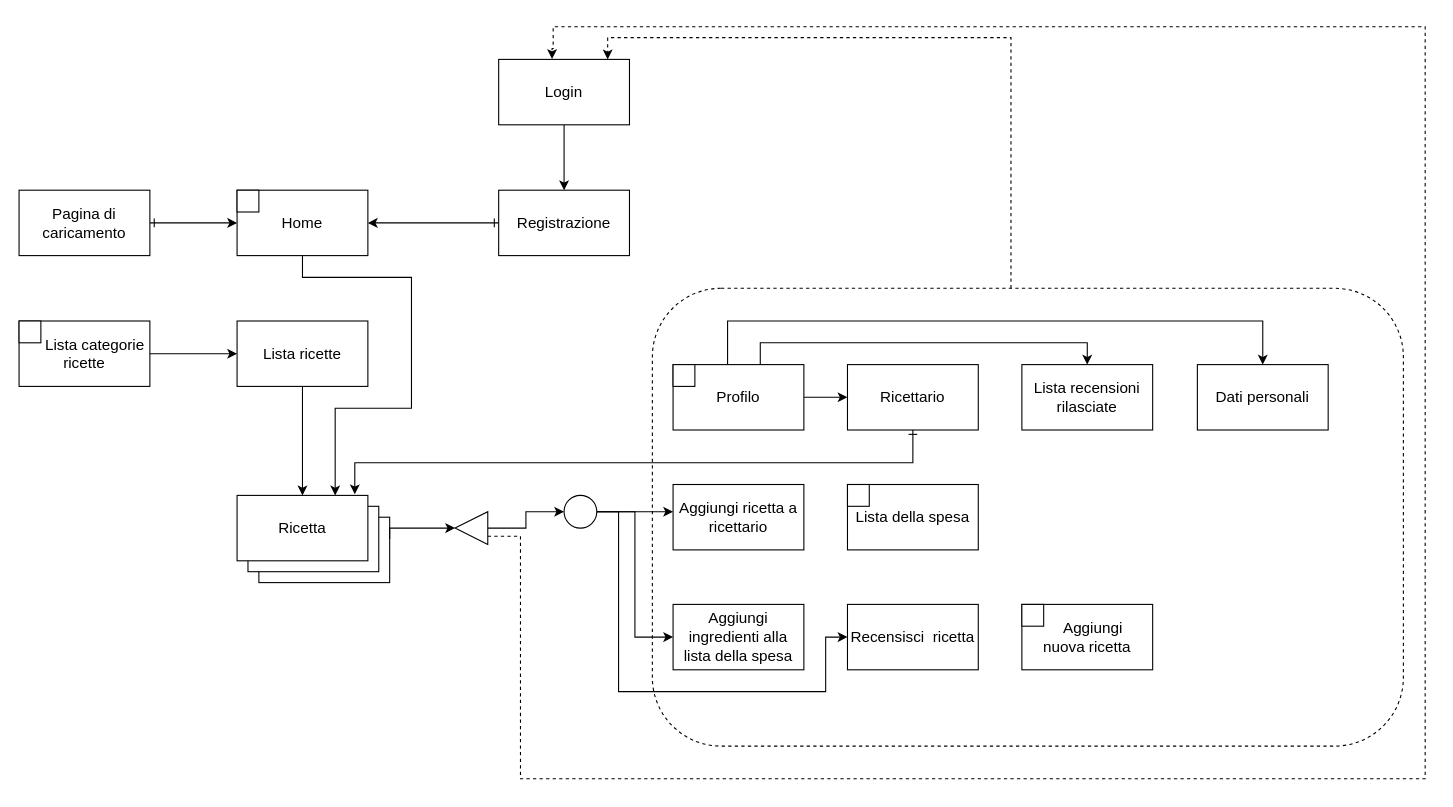
Before: Navigation/navigation.drawio in Gianlucadimarzio/Mobile, a draw.io diagram. Source tidied: cells renumbered, new cells numbered last; positions are measured from the earlier drawing's top-left corner, leaving out a move shared by most shapes. Both pictures are drawn from the tidied source at 109%, with x=0, y=0 at pixel (19, 26).
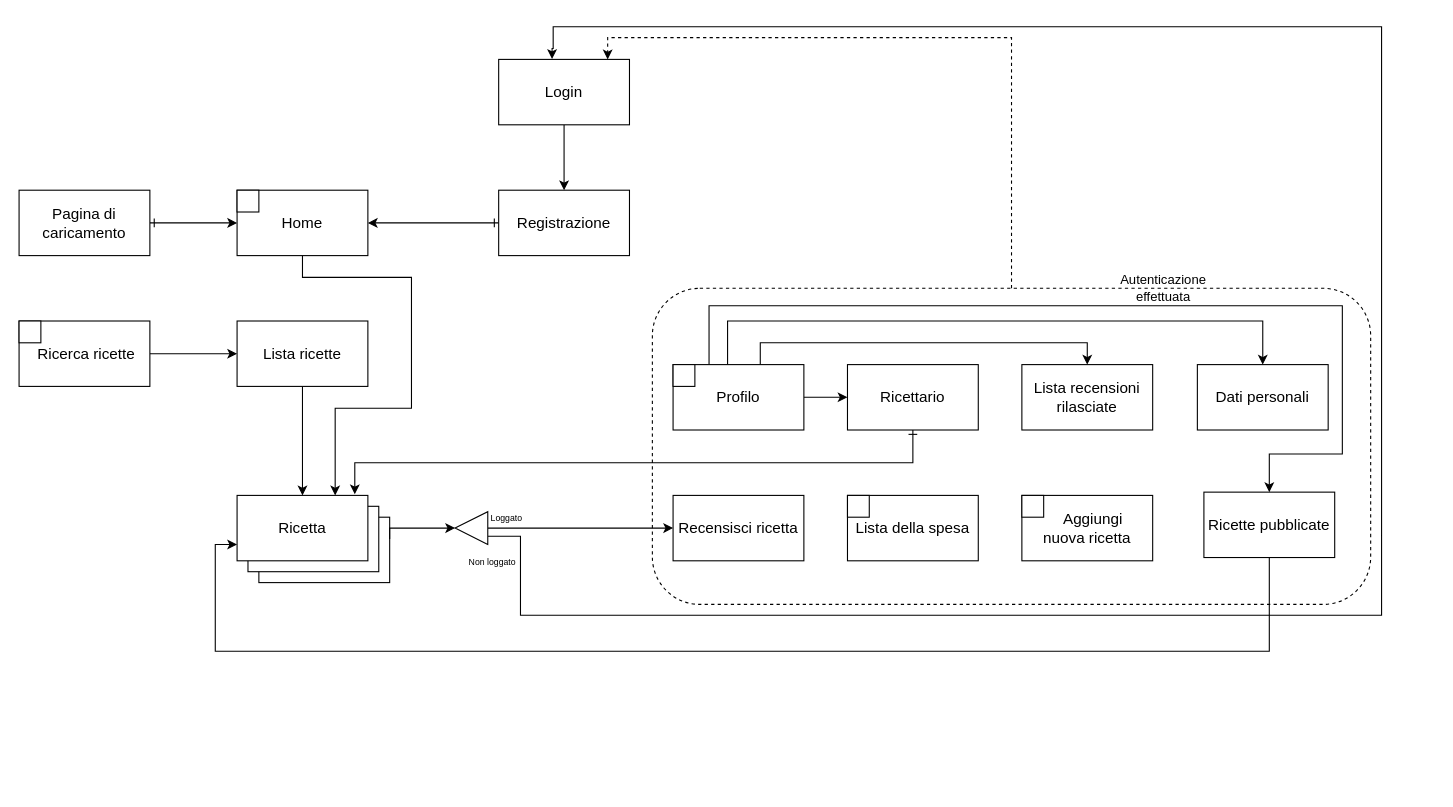
The same diagram, later.

The change refers to these unchanged cells:
```xml
<mxCell id="14" value="&lt;font style=&quot;font-size: 14px&quot;&gt;Ricetta&lt;/font&gt;" style="rounded=0;whiteSpace=wrap;html=1;" parent="1" vertex="1">
  <mxGeometry x="200" y="430" width="120" height="60" as="geometry" />
</mxCell>
<mxCell id="17" style="triangle;whiteSpace=wrap;html=1;rotation=-180;" parent="1" vertex="1">
  <mxGeometry x="400" y="445" width="30" height="30" as="geometry" />
</mxCell>
<mxCell id="21" value="&lt;font style=&quot;font-size: 14px&quot;&gt;Login&lt;/font&gt;" style="rounded=0;whiteSpace=wrap;html=1;" parent="1" vertex="1">
  <mxGeometry x="440" y="30" width="120" height="60" as="geometry" />
</mxCell>
<mxCell id="25" value="&lt;font style=&quot;font-size: 14px&quot;&gt;Profilo&lt;/font&gt;" style="rounded=0;whiteSpace=wrap;html=1;" parent="1" vertex="1">
  <mxGeometry x="600" y="310" width="120" height="60" as="geometry" />
</mxCell>
```

Diff of the diagram source:
```diff
@@
     <mxCell id="5" style="rounded=1;whiteSpace=wrap;html=1;fillColor=none;dashed=1;" parent="1" vertex="1">
-      <mxGeometry x="581" y="240" width="689" height="420" as="geometry" />
+      <mxGeometry x="581" y="240" width="659" height="290" as="geometry" />
     </mxCell>
@@
-    <mxCell id="11" value="&lt;font style=&quot;font-size: 14px&quot;&gt;&amp;nbsp; &amp;nbsp; &amp;nbsp;Lista categorie ricette&lt;/font&gt;" style="rounded=0;whiteSpace=wrap;html=1;" parent="1" vertex="1">
+    <mxCell id="11" value="&lt;font style=&quot;font-size: 14px&quot;&gt;&amp;nbsp;Ricerca ricette&lt;/font&gt;" style="rounded=0;whiteSpace=wrap;html=1;" parent="1" vertex="1">
       <mxGeometry y="270" width="120" height="60" as="geometry" />
     </mxCell>
@@
-    <mxCell id="15" style="edgeStyle=orthogonalEdgeStyle;rounded=0;jettySize=auto;html=1;entryX=0;entryY=0.5;entryDx=0;entryDy=0;startArrow=none;startFill=0;" parent="1" edge="1" source="17" target="39">
+    <mxCell id="15" style="edgeStyle=orthogonalEdgeStyle;rounded=0;jettySize=auto;html=1;entryX=0;entryY=0.5;entryDx=0;entryDy=0;startArrow=none;startFill=0;" parent="1" edge="1" source="17" target="29">
       <mxGeometry relative="1" as="geometry" />
     </mxCell>
-    <mxCell id="16" style="edgeStyle=orthogonalEdgeStyle;rounded=0;jettySize=auto;html=1;entryX=0.408;entryY=-0.006;entryDx=0;entryDy=0;startArrow=none;startFill=0;exitX=0;exitY=0.25;exitDx=0;exitDy=0;dashed=1;entryPerimeter=0;" parent="1" edge="1" source="17" target="21">
+    <mxCell id="16" style="edgeStyle=orthogonalEdgeStyle;rounded=0;jettySize=auto;html=1;entryX=0.408;entryY=-0.006;entryDx=0;entryDy=0;startArrow=none;startFill=0;exitX=0;exitY=0.25;exitDx=0;exitDy=0;entryPerimeter=0;" parent="1" edge="1" source="17" target="21">
       <mxGeometry relative="1" as="geometry">
         <Array as="points">
           <mxPoint x="460" y="468" />
-          <mxPoint x="460" y="690" />
-          <mxPoint x="1290" y="690" />
-          <mxPoint x="1290" />
+          <mxPoint x="460" y="540" />
+          <mxPoint x="1250" y="540" />
+          <mxPoint x="1250" />
           <mxPoint x="490" />
           <mxPoint x="490" y="20" />
           <mxPoint x="489" y="20" />
         </Array>
       </mxGeometry>
     </mxCell>
@@
+    <mxCell id="45" style="edgeStyle=orthogonalEdgeStyle;rounded=0;jettySize=auto;html=1;entryX=0.5;entryY=0;entryDx=0;entryDy=0;" parent="1" edge="1" source="25" target="50">
+      <mxGeometry relative="1" as="geometry">
+        <Array as="points">
+          <mxPoint x="633" y="256" />
+          <mxPoint x="1214" y="256" />
+          <mxPoint x="1214" y="392" />
+          <mxPoint x="1147" y="392" />
+        </Array>
+      </mxGeometry>
+    </mxCell>
@@
     <mxCell id="27" value="&lt;font style=&quot;font-size: 14px&quot;&gt;Lista della spesa&lt;/font&gt;" style="rounded=0;whiteSpace=wrap;html=1;" parent="1" vertex="1">
-      <mxGeometry x="760" y="420" width="120" height="60" as="geometry" />
+      <mxGeometry x="760" y="430" width="120" height="60" as="geometry" />
     </mxCell>
-    <mxCell id="28" value="&lt;font style=&quot;font-size: 14px&quot;&gt;Aggiungi ingredienti alla lista della spesa&lt;/font&gt;" style="rounded=0;whiteSpace=wrap;html=1;" parent="1" vertex="1">
-      <mxGeometry x="600" y="530" width="120" height="60" as="geometry" />
-    </mxCell>
-    <mxCell id="29" value="&lt;font style=&quot;font-size: 14px&quot;&gt;Recensisci&amp;nbsp; ricetta&lt;/font&gt;" style="rounded=0;whiteSpace=wrap;html=1;" parent="1" vertex="1">
-      <mxGeometry x="760" y="530" width="120" height="60" as="geometry" />
+    <mxCell id="29" value="&lt;font style=&quot;font-size: 14px&quot;&gt;Recensisci ricetta&lt;/font&gt;" style="rounded=0;whiteSpace=wrap;html=1;" parent="1" vertex="1">
+      <mxGeometry x="600" y="430" width="120" height="60" as="geometry" />
     </mxCell>
     <mxCell id="30" value="&lt;font style=&quot;font-size: 14px&quot;&gt;&amp;nbsp; &amp;nbsp; Aggiungi&amp;nbsp; &amp;nbsp;nuova ricetta&amp;nbsp;&lt;/font&gt;" style="rounded=0;whiteSpace=wrap;html=1;" parent="1" vertex="1">
-      <mxGeometry x="920" y="530" width="120" height="60" as="geometry" />
+      <mxGeometry x="920" y="430" width="120" height="60" as="geometry" />
     </mxCell>
-    <mxCell id="31" value="&lt;font style=&quot;font-size: 14px&quot;&gt;Aggiungi ricetta a ricettario&lt;/font&gt;" style="rounded=0;whiteSpace=wrap;html=1;" parent="1" vertex="1">
-      <mxGeometry x="600" y="420" width="120" height="60" as="geometry" />
-    </mxCell>
@@
-    <mxCell id="36" style="edgeStyle=orthogonalEdgeStyle;rounded=0;jettySize=auto;html=1;startArrow=none;startFill=0;" parent="1" edge="1" source="39">
-      <mxGeometry relative="1" as="geometry">
-        <mxPoint x="600" y="445" as="targetPoint" />
-        <Array as="points">
-          <mxPoint x="600" y="445" />
-        </Array>
-      </mxGeometry>
-    </mxCell>
-    <mxCell id="37" style="edgeStyle=orthogonalEdgeStyle;rounded=0;jettySize=auto;html=1;entryX=0;entryY=0.5;entryDx=0;entryDy=0;startArrow=none;startFill=0;" parent="1" edge="1" source="39" target="28">
-      <mxGeometry relative="1" as="geometry" />
-    </mxCell>
-    <mxCell id="38" style="edgeStyle=orthogonalEdgeStyle;rounded=0;jettySize=auto;html=1;entryX=0;entryY=0.5;entryDx=0;entryDy=0;startArrow=none;startFill=0;" parent="1" edge="1" source="39" target="29">
-      <mxGeometry relative="1" as="geometry">
-        <Array as="points">
-          <mxPoint x="550" y="445" />
-          <mxPoint x="550" y="610" />
-          <mxPoint x="740" y="610" />
-          <mxPoint x="740" y="560" />
-        </Array>
-      </mxGeometry>
-    </mxCell>
-    <mxCell id="39" style="ellipse;whiteSpace=wrap;html=1;" parent="1" vertex="1">
-      <mxGeometry x="500" y="430" width="30" height="30" as="geometry" />
-    </mxCell>
@@
     <mxCell id="41" style="rounded=0;whiteSpace=wrap;html=1;fillColor=#ffffff;" parent="1" vertex="1">
-      <mxGeometry x="920" y="530" width="20" height="20" as="geometry" />
+      <mxGeometry x="920" y="430" width="20" height="20" as="geometry" />
     </mxCell>
     <mxCell id="42" style="rounded=0;whiteSpace=wrap;html=1;fillColor=#ffffff;" parent="1" vertex="1">
-      <mxGeometry x="760" y="420" width="20" height="20" as="geometry" />
+      <mxGeometry x="760" y="430" width="20" height="20" as="geometry" />
     </mxCell>
@@
+    <mxCell id="46" value="&lt;font style=&quot;font-size: 8px&quot;&gt;Non loggato&lt;/font&gt;" style="text;html=1;align=center;verticalAlign=middle;" parent="1" vertex="1">
+      <mxGeometry x="404" y="480" width="60" height="20" as="geometry" />
+    </mxCell>
+    <mxCell id="47" value="&lt;font style=&quot;font-size: 8px&quot;&gt;Loggato&lt;/font&gt;" style="text;html=1;align=center;verticalAlign=middle;" parent="1" vertex="1">
+      <mxGeometry x="427" y="440" width="40" height="20" as="geometry" />
+    </mxCell>
+    <mxCell id="48" value="Autenticazione effettuata" style="text;html=1;strokeColor=none;fillColor=none;align=center;verticalAlign=middle;whiteSpace=wrap;rounded=0;" parent="1" vertex="1">
+      <mxGeometry x="1030" y="230" width="40" height="20" as="geometry" />
+    </mxCell>
+    <mxCell id="49" style="edgeStyle=orthogonalEdgeStyle;rounded=0;jettySize=auto;html=1;entryX=0;entryY=0.75;entryDx=0;entryDy=0;" parent="1" edge="1" source="50" target="14">
+      <mxGeometry relative="1" as="geometry">
+        <Array as="points">
+          <mxPoint x="1147" y="573" />
+          <mxPoint x="180" y="573" />
+          <mxPoint x="180" y="475" />
+        </Array>
+      </mxGeometry>
+    </mxCell>
+    <mxCell id="50" value="&lt;font style=&quot;font-size: 14px&quot;&gt;Ricette pubblicate&lt;/font&gt;" style="rounded=0;whiteSpace=wrap;html=1;" parent="1" vertex="1">
+      <mxGeometry x="1087" y="427" width="120" height="60" as="geometry" />
+    </mxCell>
```
